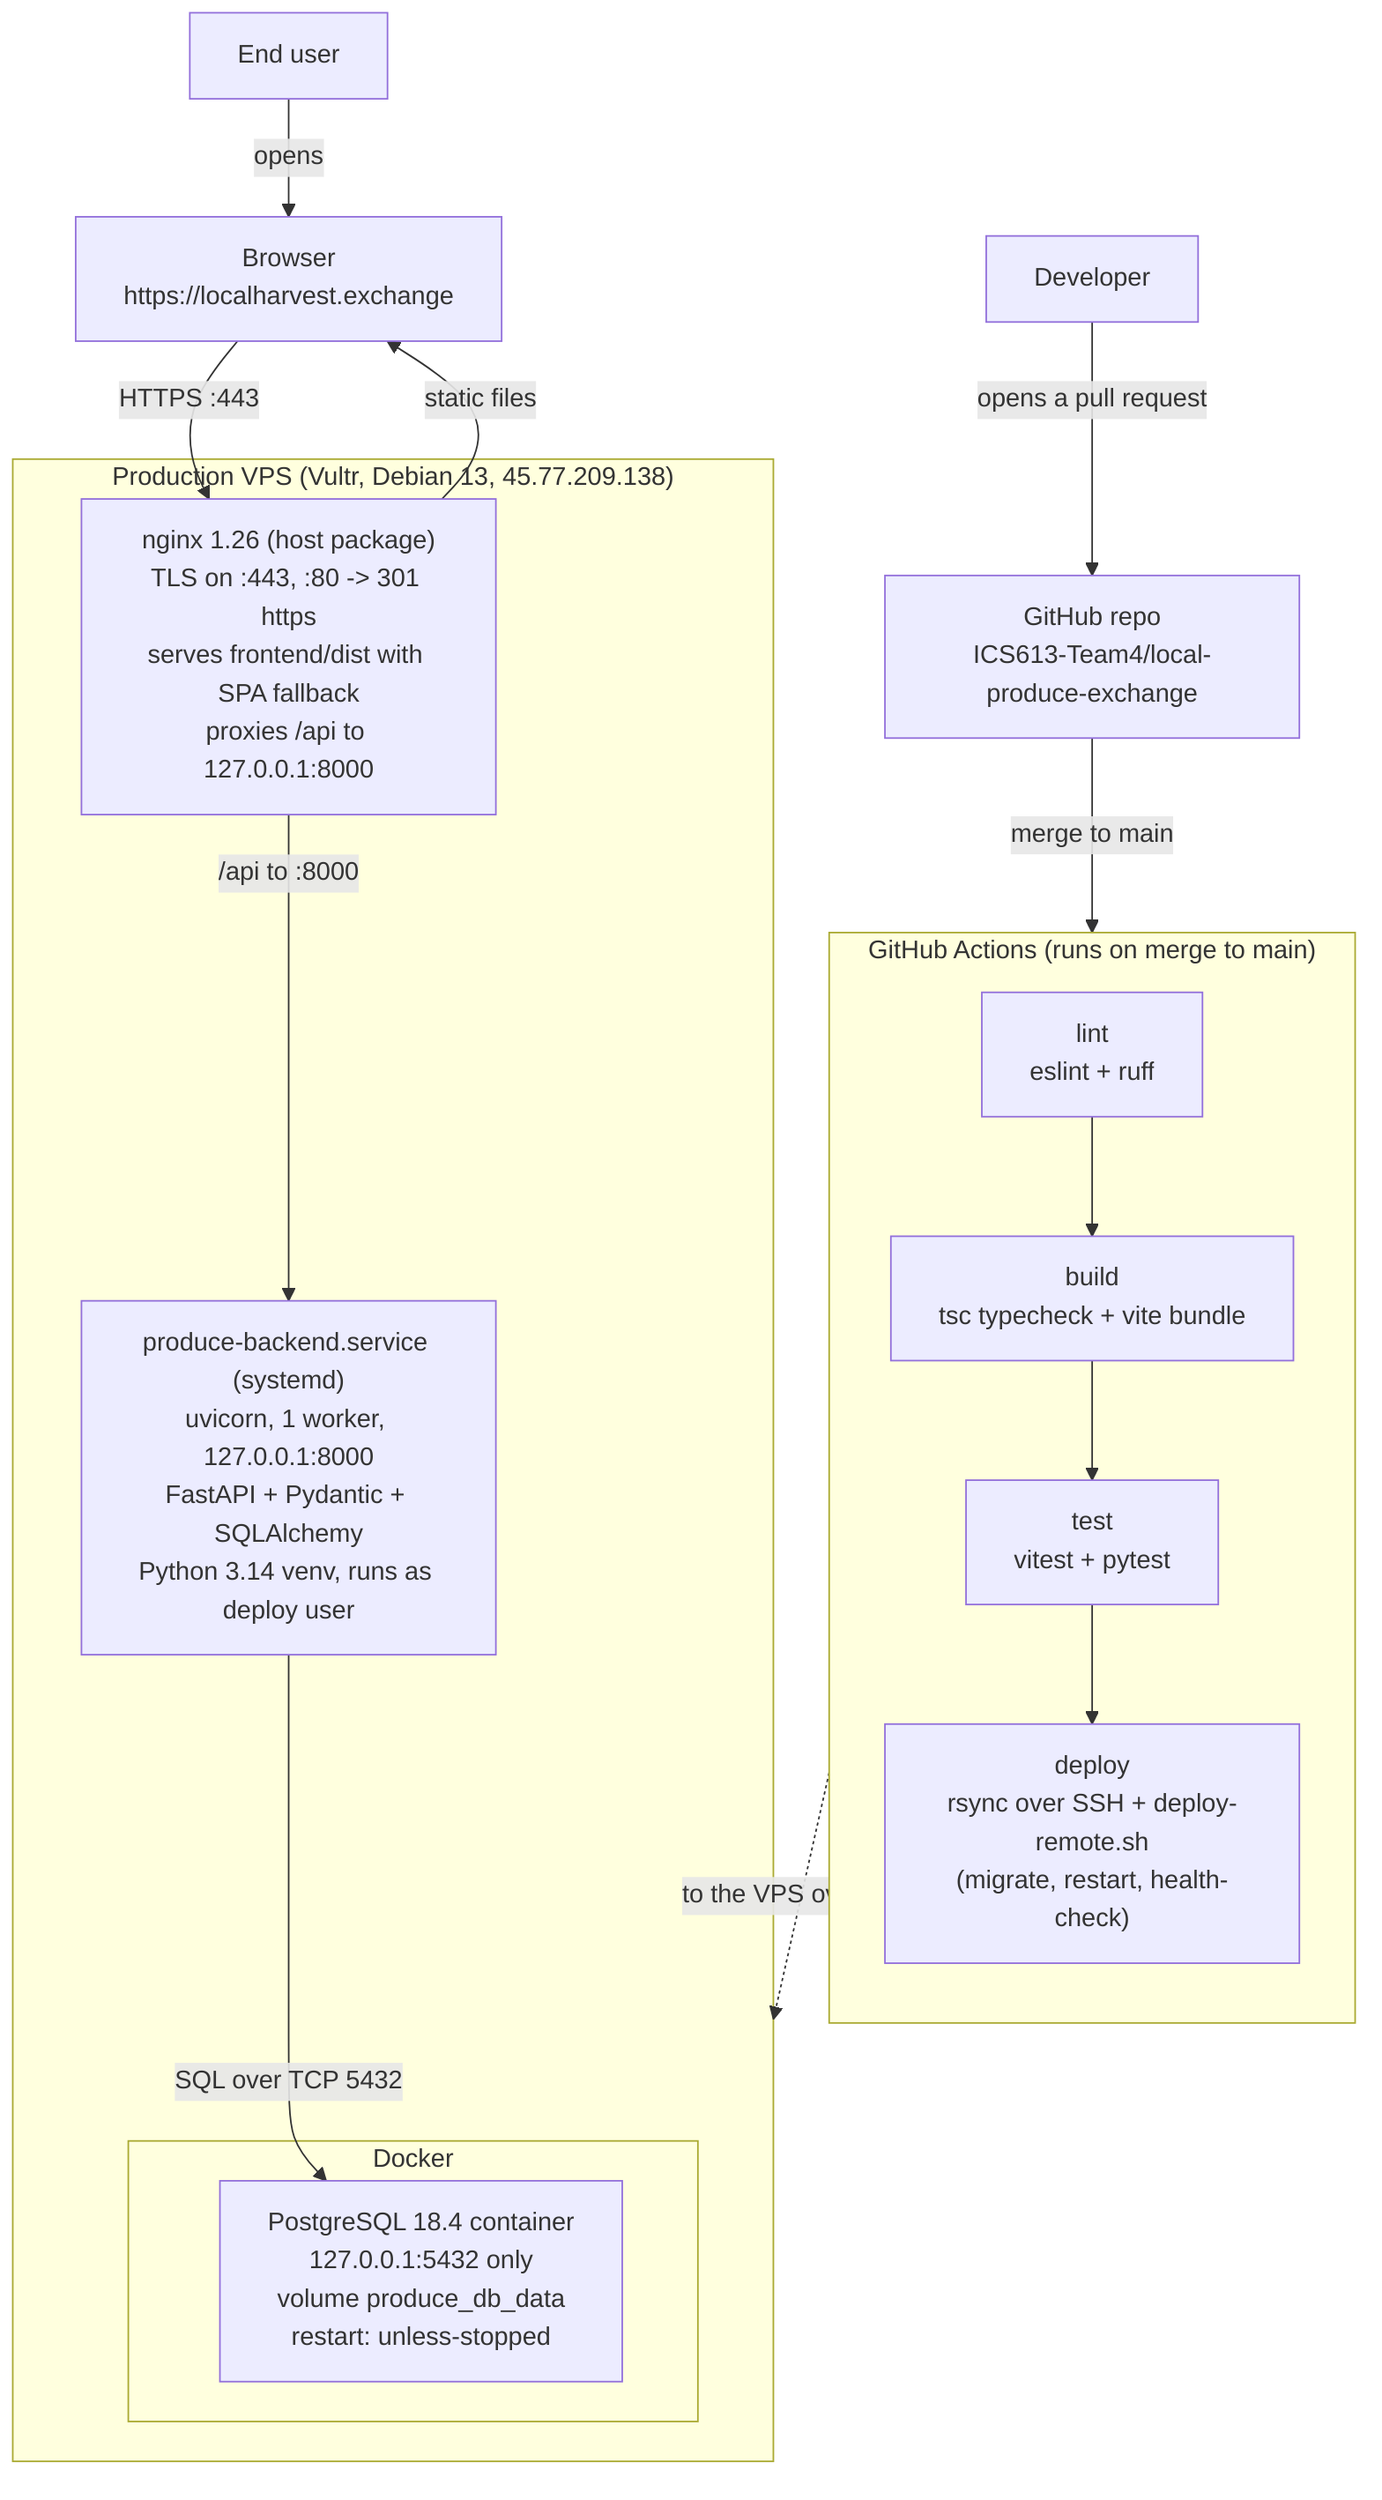
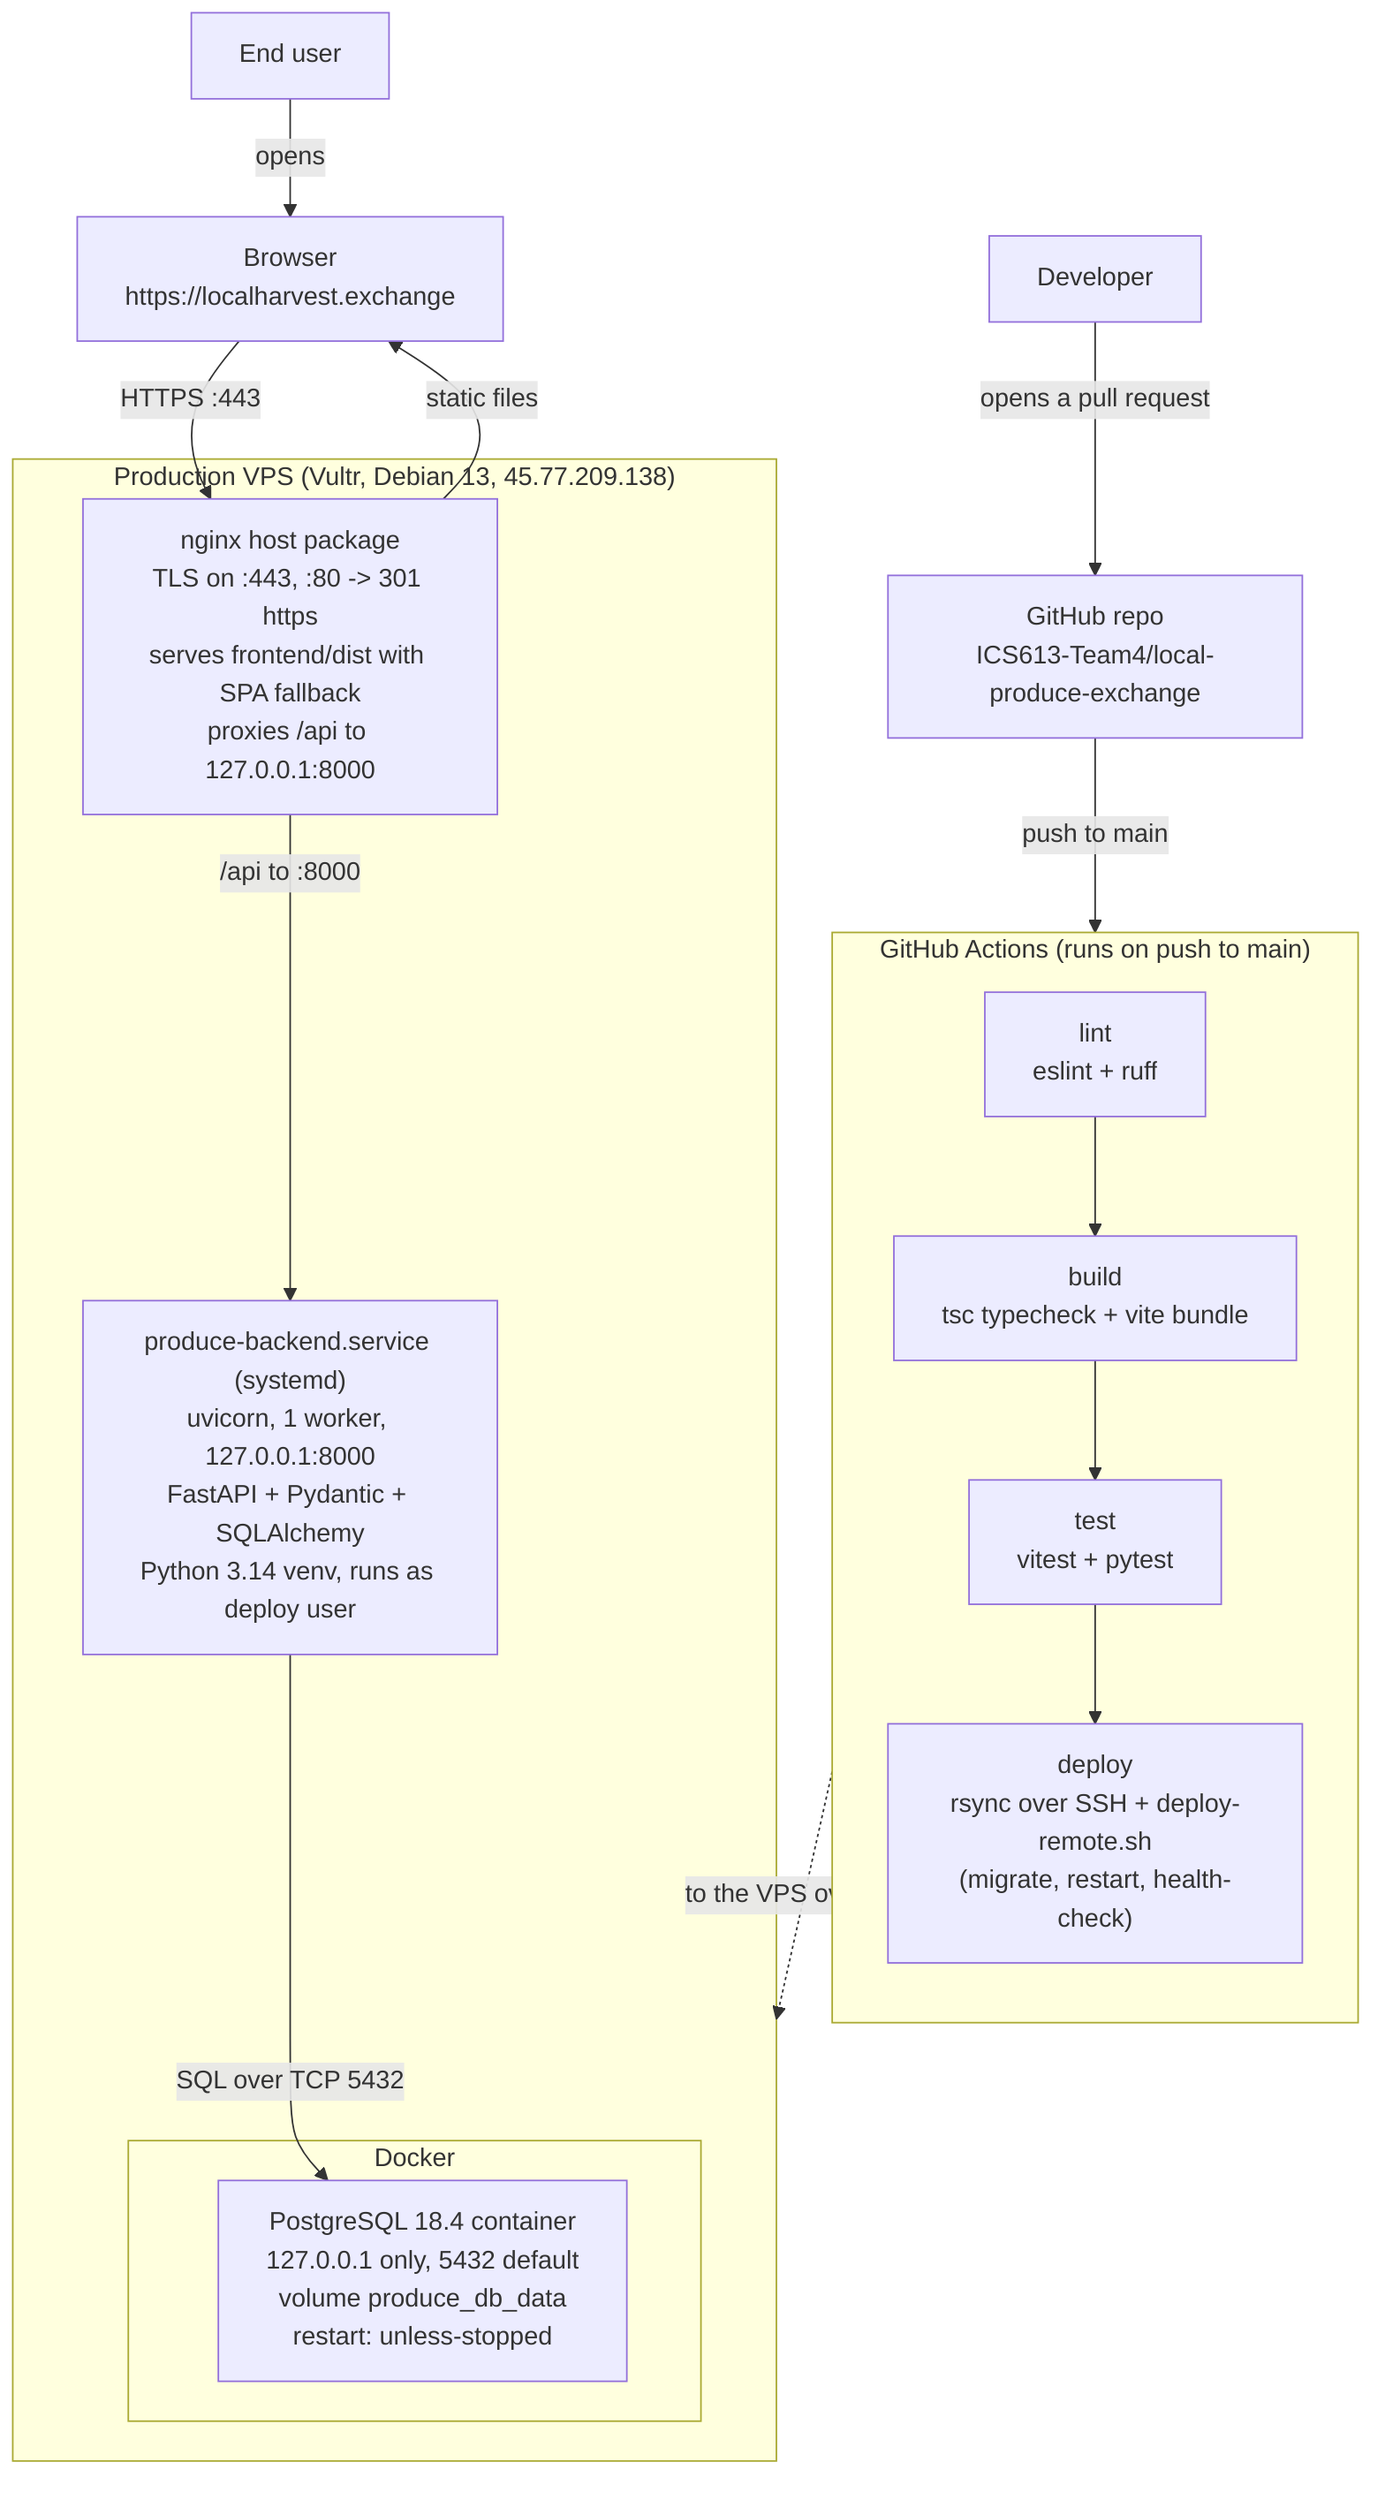
flowchart TB
    ENDUSER["End user"]
    BROWSER["Browser<br/>https://localharvest.exchange"]

    DEVELOPER["Developer"]
    GH["GitHub repo<br/>ICS613-Team4/local-produce-exchange"]

-     subgraph GHA["GitHub Actions (runs on merge to main)"]
+     subgraph GHA["GitHub Actions (runs on push to main)"]
        direction TB
        LINT["lint<br/>eslint + ruff"]
        BUILD["build<br/>tsc typecheck + vite bundle"]
        TEST["test<br/>vitest + pytest"]
        DEPLOY["deploy<br/>rsync over SSH + deploy-remote.sh<br/>(migrate, restart, health-check)"]
        LINT --> BUILD --> TEST --> DEPLOY
    end

    subgraph VPS["Production VPS (Vultr, Debian 13, 45.77.209.138)"]
-         NGINX["nginx 1.26 (host package)<br/>TLS on :443, :80 -> 301 https<br/>serves frontend/dist with SPA fallback<br/>proxies /api to 127.0.0.1:8000"]
+         NGINX["nginx host package<br/>TLS on :443, :80 -> 301 https<br/>serves frontend/dist with SPA fallback<br/>proxies /api to 127.0.0.1:8000"]
        BACKEND["produce-backend.service (systemd)<br/>uvicorn, 1 worker, 127.0.0.1:8000<br/>FastAPI + Pydantic + SQLAlchemy<br/>Python 3.14 venv, runs as deploy user"]
        subgraph DOCKER["Docker"]
-             PG["PostgreSQL 18.4 container<br/>127.0.0.1:5432 only<br/>volume produce_db_data<br/>restart: unless-stopped"]
+             PG["PostgreSQL 18.4 container<br/>127.0.0.1 only, 5432 default<br/>volume produce_db_data<br/>restart: unless-stopped"]
        end
    end

    ENDUSER -->|"opens"| BROWSER
    BROWSER -->|"HTTPS :443"| NGINX
    NGINX -->|"static files"| BROWSER
    NGINX -->|"/api to :8000"| BACKEND
    BACKEND -->|"SQL over TCP 5432"| PG

    DEVELOPER -->|"opens a pull request"| GH
-     GH -->|"merge to main"| GHA
+     GH -->|"push to main"| GHA
    DEPLOY -.->|"to the VPS over SSH"| VPS
